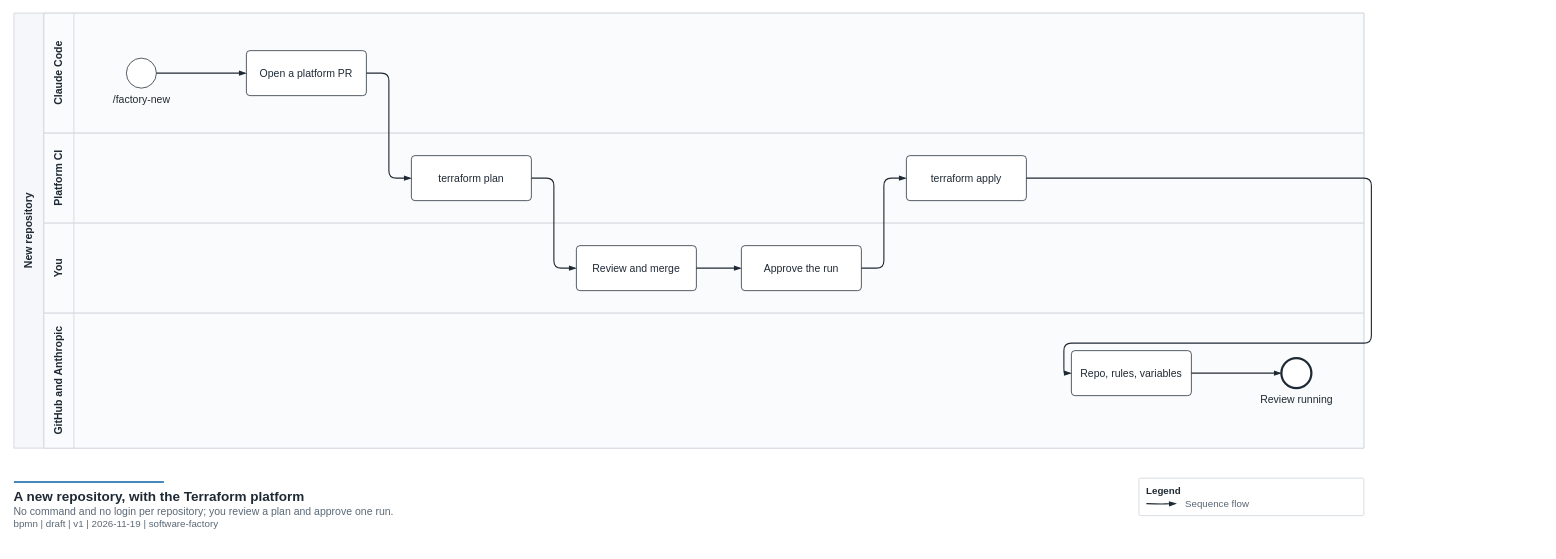
Earlier version of the draw.io diagram docs/diagrams/terraform-new-repo.drawio (egov-sofa/software-factory). Source tidied: cells renumbered, new cells numbered last; positions are measured from the earlier drawing's top-left corner, leaving out a move shared by most shapes. Both pictures are drawn from the tidied source at 75%, with x=0, y=0 at pixel (14, 13).
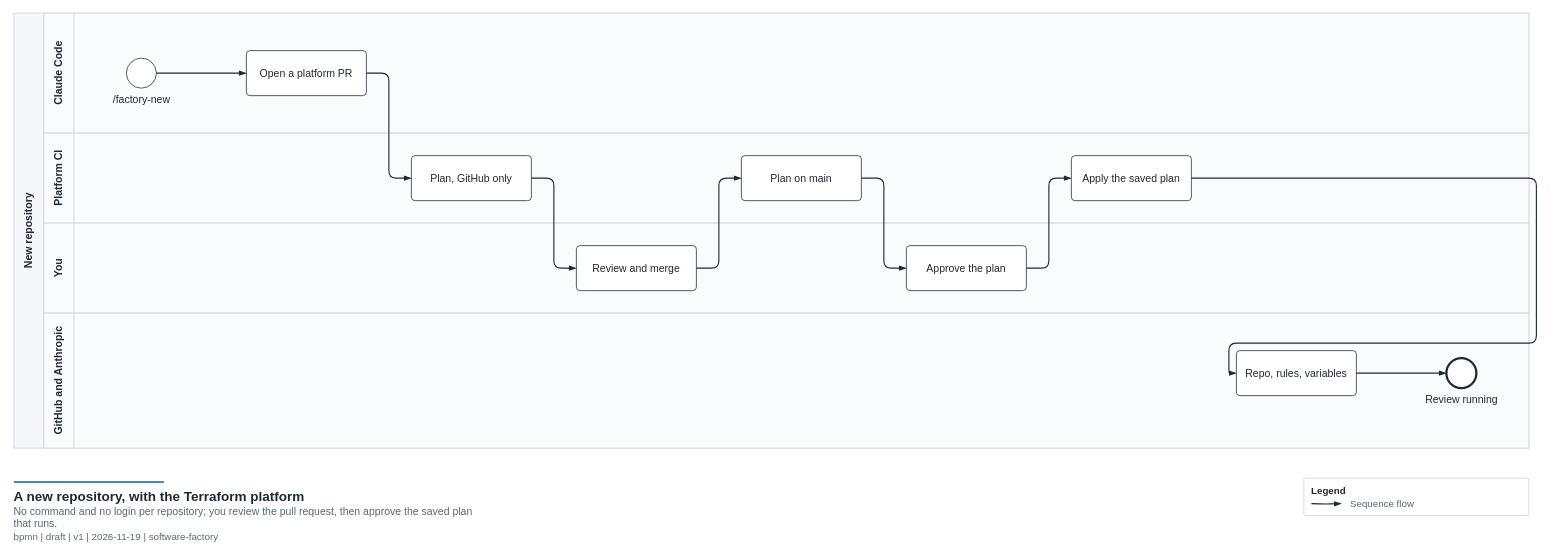
The same diagram, later.

Unchanged cells that the change refers to:
```xml
<mxCell id="10" value="Review and merge" style="rounded=1;arcSize=8;whiteSpace=wrap;html=1;fillColor=#FFFFFF;strokeColor=#1F2933;strokeWidth=1;fontSize=14;fontColor=#1F2933;align=center;verticalAlign=middle;" parent="9" vertex="1">
  <mxGeometry x="710" y="30" width="160" height="60" as="geometry" />
</mxCell>
```

The edit, as a diff of the source:
```diff
@@
     <mxCell id="2" value="New repository" style="swimlane;horizontal=0;startSize=40;html=1;whiteSpace=wrap;fillColor=#F5F7FA;swimlaneFillColor=#F5F7FA;strokeColor=#CBD2D9;strokeWidth=1;fontSize=14;fontStyle=1;fontColor=#1F2933;" parent="1" vertex="1">
-      <mxGeometry width="1800" height="580" as="geometry" />
+      <mxGeometry width="2020" height="580" as="geometry" />
     </mxCell>
     <mxCell id="3" value="Claude Code" style="swimlane;horizontal=0;startSize=40;html=1;whiteSpace=wrap;fillColor=#FAFBFC;swimlaneFillColor=#FAFBFC;strokeColor=#CBD2D9;strokeWidth=1;fontSize=14;fontStyle=1;fontColor=#1F2933;" parent="2" vertex="1">
-      <mxGeometry x="40" width="1760" height="160" as="geometry" />
+      <mxGeometry x="40" width="1980" height="160" as="geometry" />
     </mxCell>
@@
     <mxCell id="6" value="Platform CI" style="swimlane;horizontal=0;startSize=40;html=1;whiteSpace=wrap;fillColor=#FAFBFC;swimlaneFillColor=#FAFBFC;strokeColor=#CBD2D9;strokeWidth=1;fontSize=14;fontStyle=1;fontColor=#1F2933;" parent="2" vertex="1">
-      <mxGeometry x="40" y="160" width="1760" height="120" as="geometry" />
+      <mxGeometry x="40" y="160" width="1980" height="120" as="geometry" />
     </mxCell>
-    <mxCell id="7" value="terraform plan" style="rounded=1;arcSize=8;whiteSpace=wrap;html=1;fillColor=#FFFFFF;strokeColor=#1F2933;strokeWidth=1;fontSize=14;fontColor=#1F2933;align=center;verticalAlign=middle;" parent="6" vertex="1">
+    <mxCell id="7" value="Plan, GitHub only" style="rounded=1;arcSize=8;whiteSpace=wrap;html=1;fillColor=#FFFFFF;strokeColor=#1F2933;strokeWidth=1;fontSize=14;fontColor=#1F2933;align=center;verticalAlign=middle;" parent="6" vertex="1">
       <mxGeometry x="490" y="30" width="160" height="60" as="geometry" />
     </mxCell>
+    <mxCell id="27" value="Plan on main" style="rounded=1;arcSize=8;whiteSpace=wrap;html=1;fillColor=#FFFFFF;strokeColor=#1F2933;strokeWidth=1;fontSize=14;fontColor=#1F2933;align=center;verticalAlign=middle;" parent="6" vertex="1">
+      <mxGeometry x="930" y="30" width="160" height="60" as="geometry" />
+    </mxCell>
-    <mxCell id="8" value="terraform apply" style="rounded=1;arcSize=8;whiteSpace=wrap;html=1;fillColor=#FFFFFF;strokeColor=#1F2933;strokeWidth=1;fontSize=14;fontColor=#1F2933;align=center;verticalAlign=middle;" parent="6" vertex="1">
-      <mxGeometry x="1150" y="30" width="160" height="60" as="geometry" />
+    <mxCell id="8" value="Apply the saved plan" style="rounded=1;arcSize=8;whiteSpace=wrap;html=1;fillColor=#FFFFFF;strokeColor=#1F2933;strokeWidth=1;fontSize=14;fontColor=#1F2933;align=center;verticalAlign=middle;" parent="6" vertex="1">
+      <mxGeometry x="1370" y="30" width="160" height="60" as="geometry" />
     </mxCell>
     <mxCell id="9" value="You" style="swimlane;horizontal=0;startSize=40;html=1;whiteSpace=wrap;fillColor=#FAFBFC;swimlaneFillColor=#FAFBFC;strokeColor=#CBD2D9;strokeWidth=1;fontSize=14;fontStyle=1;fontColor=#1F2933;" parent="2" vertex="1">
-      <mxGeometry x="40" y="280" width="1760" height="120" as="geometry" />
+      <mxGeometry x="40" y="280" width="1980" height="120" as="geometry" />
     </mxCell>
@@
-    <mxCell id="11" value="Approve the run" style="rounded=1;arcSize=8;whiteSpace=wrap;html=1;fillColor=#FFFFFF;strokeColor=#1F2933;strokeWidth=1;fontSize=14;fontColor=#1F2933;align=center;verticalAlign=middle;" parent="9" vertex="1">
-      <mxGeometry x="930" y="30" width="160" height="60" as="geometry" />
+    <mxCell id="11" value="Approve the plan" style="rounded=1;arcSize=8;whiteSpace=wrap;html=1;fillColor=#FFFFFF;strokeColor=#1F2933;strokeWidth=1;fontSize=14;fontColor=#1F2933;align=center;verticalAlign=middle;" parent="9" vertex="1">
+      <mxGeometry x="1150" y="30" width="160" height="60" as="geometry" />
     </mxCell>
     <mxCell id="12" value="GitHub and Anthropic" style="swimlane;horizontal=0;startSize=40;html=1;whiteSpace=wrap;fillColor=#FAFBFC;swimlaneFillColor=#FAFBFC;strokeColor=#CBD2D9;strokeWidth=1;fontSize=14;fontStyle=1;fontColor=#1F2933;" parent="2" vertex="1">
-      <mxGeometry x="40" y="400" width="1760" height="180" as="geometry" />
+      <mxGeometry x="40" y="400" width="1980" height="180" as="geometry" />
     </mxCell>
     <mxCell id="13" value="Repo, rules, variables" style="rounded=1;arcSize=8;whiteSpace=wrap;html=1;fillColor=#FFFFFF;strokeColor=#1F2933;strokeWidth=1;fontSize=14;fontColor=#1F2933;align=center;verticalAlign=middle;" parent="12" vertex="1">
-      <mxGeometry x="1370" y="50" width="160" height="60" as="geometry" />
+      <mxGeometry x="1590" y="50" width="160" height="60" as="geometry" />
     </mxCell>
     <mxCell id="14" value="Review running" style="shape=mxgraph.bpmn.event;outline=end;symbol=general;html=1;fillColor=#FFFFFF;strokeColor=#1F2933;fontSize=14;fontColor=#1F2933;verticalLabelPosition=bottom;verticalAlign=top;labelBackgroundColor=none;" parent="12" vertex="1">
-      <mxGeometry x="1650" y="60" width="40" height="40" as="geometry" />
+      <mxGeometry x="1870" y="60" width="40" height="40" as="geometry" />
     </mxCell>
@@
-    <mxCell id="18" style="edgeStyle=orthogonalEdgeStyle;rounded=1;jettySize=auto;html=1;strokeWidth=1.5;endArrow=blockThin;endFill=1;endSize=6;fontSize=13;fontColor=#5A6775;labelBackgroundColor=#FFFFFF;strokeColor=#1F2933;exitX=1;exitY=0.5;exitDx=0;exitDy=0;entryX=0;entryY=0.5;entryDx=0;entryDy=0;verticalAlign=bottom;spacingBottom=3;labelBackgroundColor=none;" parent="1" edge="1" source="10" target="11">
-      <mxGeometry relative="1" as="geometry" />
-    </mxCell>
+    <mxCell id="28" style="edgeStyle=orthogonalEdgeStyle;rounded=1;jettySize=auto;html=1;strokeWidth=1.5;endArrow=blockThin;endFill=1;endSize=6;fontSize=13;fontColor=#5A6775;labelBackgroundColor=#FFFFFF;strokeColor=#1F2933;exitX=1;exitY=0.5;exitDx=0;exitDy=0;entryX=0;entryY=0.5;entryDx=0;entryDy=0;verticalAlign=middle;labelBackgroundColor=none;" parent="1" edge="1" source="10" target="27">
+      <mxGeometry relative="1" as="geometry">
+        <mxPoint x="8" as="offset" />
+      </mxGeometry>
+    </mxCell>
+    <mxCell id="29" style="edgeStyle=orthogonalEdgeStyle;rounded=1;jettySize=auto;html=1;strokeWidth=1.5;endArrow=blockThin;endFill=1;endSize=6;fontSize=13;fontColor=#5A6775;labelBackgroundColor=#FFFFFF;strokeColor=#1F2933;exitX=1;exitY=0.5;exitDx=0;exitDy=0;entryX=0;entryY=0.5;entryDx=0;entryDy=0;verticalAlign=middle;labelBackgroundColor=none;" parent="1" edge="1" source="27" target="11">
+      <mxGeometry relative="1" as="geometry">
+        <mxPoint x="8" as="offset" />
+      </mxGeometry>
+    </mxCell>
@@
     <mxCell id="20" style="edgeStyle=orthogonalEdgeStyle;rounded=1;jettySize=auto;html=1;strokeWidth=1.5;endArrow=blockThin;endFill=1;endSize=6;fontSize=13;fontColor=#5A6775;labelBackgroundColor=#FFFFFF;strokeColor=#1F2933;exitX=1;exitY=0.5;exitDx=0;exitDy=0;entryX=0;entryY=0.5;entryDx=0;entryDy=0;verticalAlign=middle;labelBackgroundColor=none;" parent="1" edge="1" source="8" target="13">
       <mxGeometry relative="1" as="geometry">
         <Array as="points">
-          <mxPoint x="1810" y="220" />
-          <mxPoint x="1810" y="440" />
-          <mxPoint x="1400" y="440" />
-          <mxPoint x="1400" y="480" />
+          <mxPoint x="2030" y="220" />
+          <mxPoint x="2030" y="440" />
+          <mxPoint x="1620" y="440" />
+          <mxPoint x="1620" y="480" />
         </Array>
         <mxPoint x="8" as="offset" />
       </mxGeometry>
     </mxCell>
@@
-    <mxCell id="23" value="&lt;b&gt;&lt;font style=&quot;font-size:18px&quot;&gt;A new repository, with the Terraform platform&lt;/font&gt;&lt;/b&gt;&lt;br&gt;&lt;font color=&quot;#5A6775&quot;&gt;No command and no login per repository; you review a plan and approve one run.&lt;/font&gt;&lt;br&gt;&lt;font style=&quot;font-size:13px&quot; color=&quot;#5A6775&quot;&gt;bpmn | draft | v1 | 2026-11-19 | software-factory&lt;/font&gt;" style="text;html=1;align=left;verticalAlign=top;whiteSpace=wrap;fontSize=14;fontColor=#1F2933;strokeColor=none;fillColor=none;spacing=0;" parent="1" vertex="1">
+    <mxCell id="23" value="&lt;b&gt;&lt;font style=&quot;font-size:18px&quot;&gt;A new repository, with the Terraform platform&lt;/font&gt;&lt;/b&gt;&lt;br&gt;&lt;font color=&quot;#5A6775&quot;&gt;No command and no login per repository; you review the pull request, then approve the saved plan that runs.&lt;/font&gt;&lt;br&gt;&lt;font style=&quot;font-size:13px&quot; color=&quot;#5A6775&quot;&gt;bpmn | draft | v1 | 2026-11-19 | software-factory&lt;/font&gt;" style="text;html=1;align=left;verticalAlign=top;whiteSpace=wrap;fontSize=14;fontColor=#1F2933;strokeColor=none;fillColor=none;spacing=0;" parent="1" vertex="1">
       <mxGeometry y="630" width="620" height="80" as="geometry" />
     </mxCell>
     <mxCell id="24" value="Legend" style="rounded=1;arcSize=4;whiteSpace=wrap;html=1;fillColor=#FFFFFF;strokeColor=#CBD2D9;strokeWidth=1;fontSize=13;fontStyle=1;fontColor=#1F2933;verticalAlign=top;align=left;spacingLeft=8;spacingTop=2;" parent="1" vertex="1">
-      <mxGeometry x="1500" y="620" width="300" height="50" as="geometry" />
+      <mxGeometry x="1720" y="620" width="300" height="50" as="geometry" />
     </mxCell>
```
